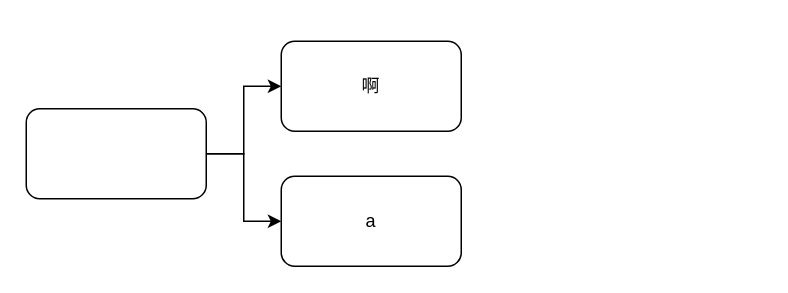
Before: 未命名绘图.drawio in laowan/notes, a draw.io diagram. Source tidied: cells renumbered, new cells numbered last; positions are measured from the earlier drawing's top-left corner, leaving out a move shared by most shapes. Both pictures are drawn from the tidied source at 150%, with x=0, y=0 at pixel (26, 40).
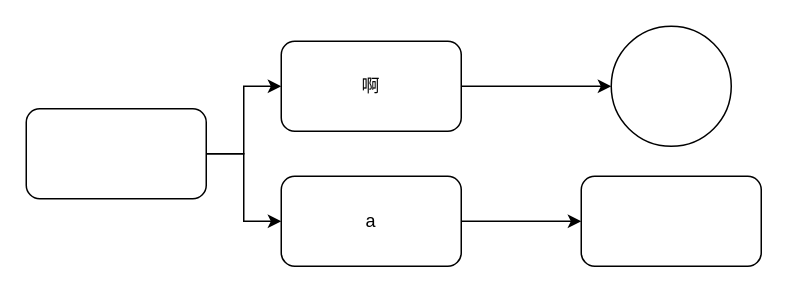
The same diagram, later.

Commit message:
更新未命名绘图.drawio

The edit, as a diff of the source:
```diff
@@
 <mxGraphModel>
   <root>
     <mxCell id="0" />
     <mxCell id="1" parent="0" />
     <mxCell id="2" style="edgeStyle=orthogonalEdgeStyle;rounded=0;jettySize=auto;html=1;exitX=1;exitY=0.5;exitDx=0;exitDy=0;entryX=0;entryY=0.5;entryDx=0;entryDy=0;" parent="1" edge="1" source="4" target="5">
       <mxGeometry relative="1" as="geometry" />
     </mxCell>
     <mxCell id="3" style="edgeStyle=orthogonalEdgeStyle;rounded=0;jettySize=auto;html=1;entryX=0;entryY=0.5;entryDx=0;entryDy=0;" parent="1" edge="1" source="4" target="6">
       <mxGeometry relative="1" as="geometry" />
     </mxCell>
     <mxCell id="4" style="rounded=1;whiteSpace=wrap;html=1;" parent="1" vertex="1">
       <mxGeometry y="45" width="120" height="60" as="geometry" />
     </mxCell>
+    <mxCell id="7" style="edgeStyle=orthogonalEdgeStyle;rounded=0;jettySize=auto;html=1;" parent="1" edge="1" source="5" target="10">
+      <mxGeometry relative="1" as="geometry" />
+    </mxCell>
     <mxCell id="5" value="啊" style="rounded=1;whiteSpace=wrap;html=1;" parent="1" vertex="1">
       <mxGeometry x="170" width="120" height="60" as="geometry" />
     </mxCell>
+    <mxCell id="8" style="edgeStyle=orthogonalEdgeStyle;rounded=0;jettySize=auto;html=1;" parent="1" edge="1" source="6" target="9">
+      <mxGeometry relative="1" as="geometry" />
+    </mxCell>
     <mxCell id="6" value="a" style="rounded=1;whiteSpace=wrap;html=1;" parent="1" vertex="1">
       <mxGeometry x="170" y="90" width="120" height="60" as="geometry" />
     </mxCell>
+    <mxCell id="9" style="whiteSpace=wrap;html=1;rounded=1;" parent="1" vertex="1">
+      <mxGeometry x="370" y="90" width="120" height="60" as="geometry" />
+    </mxCell>
+    <mxCell id="10" style="ellipse;whiteSpace=wrap;html=1;rounded=1;" parent="1" vertex="1">
+      <mxGeometry x="390" y="-10" width="80" height="80" as="geometry" />
+    </mxCell>
   </root>
 </mxGraphModel>
```
